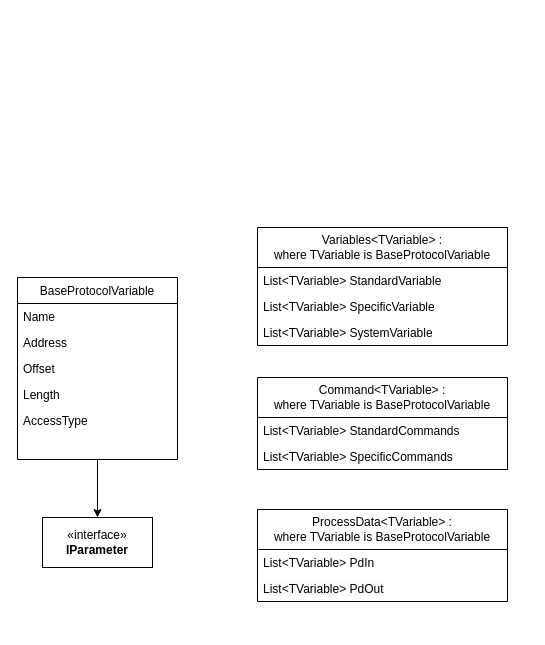
Before: Unbenanntes Diagramm.drawio in himalayanpeaks/basic-device-descriptor, a draw.io diagram. Source tidied: cells renumbered, new cells numbered last; positions are measured from the earlier drawing's top-left corner, leaving out a move shared by most shapes. Both pictures are drawn from the tidied source at 100%, with x=0, y=0 at pixel (17, 227).
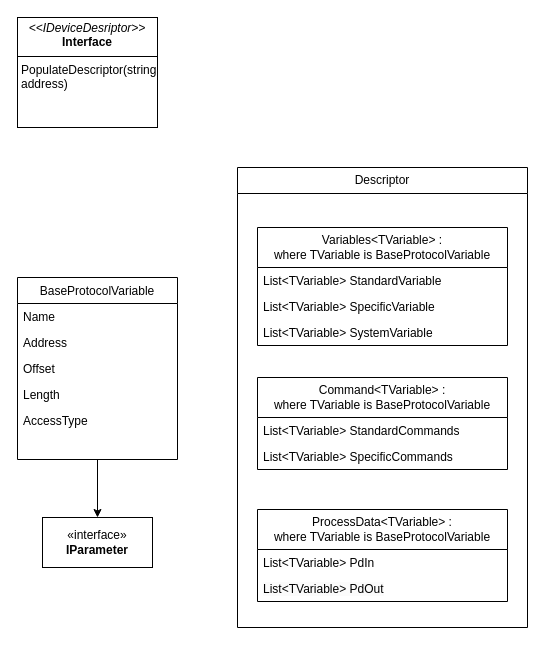
The same diagram, later.

Diff of the diagram source:
```diff
@@
+    <mxCell id="20" value="Descriptor" style="swimlane;fontStyle=0;horizontal=1;startSize=26;fillColor=none;whiteSpace=wrap;html=1;" parent="1" vertex="1">
+      <mxGeometry x="220" y="-60" width="290" height="460" as="geometry" />
+    </mxCell>
+    <mxCell id="21" value="&lt;p style=&quot;margin:0px;margin-top:4px;text-align:center;&quot;&gt;&lt;i&gt;&amp;lt;&amp;lt;IDeviceDesriptor&amp;gt;&amp;gt;&lt;/i&gt;&lt;br&gt;&lt;b&gt;Interface&lt;/b&gt;&lt;/p&gt;&lt;hr size=&quot;1&quot; style=&quot;border-style:solid;&quot;&gt;&lt;p style=&quot;margin:0px;margin-left:4px;&quot;&gt;PopulateDescriptor(string address)&lt;/p&gt;" style="verticalAlign=top;align=left;overflow=fill;html=1;whiteSpace=wrap;" parent="1" vertex="1">
+      <mxGeometry y="-210" width="140" height="110" as="geometry" />
+    </mxCell>
```
